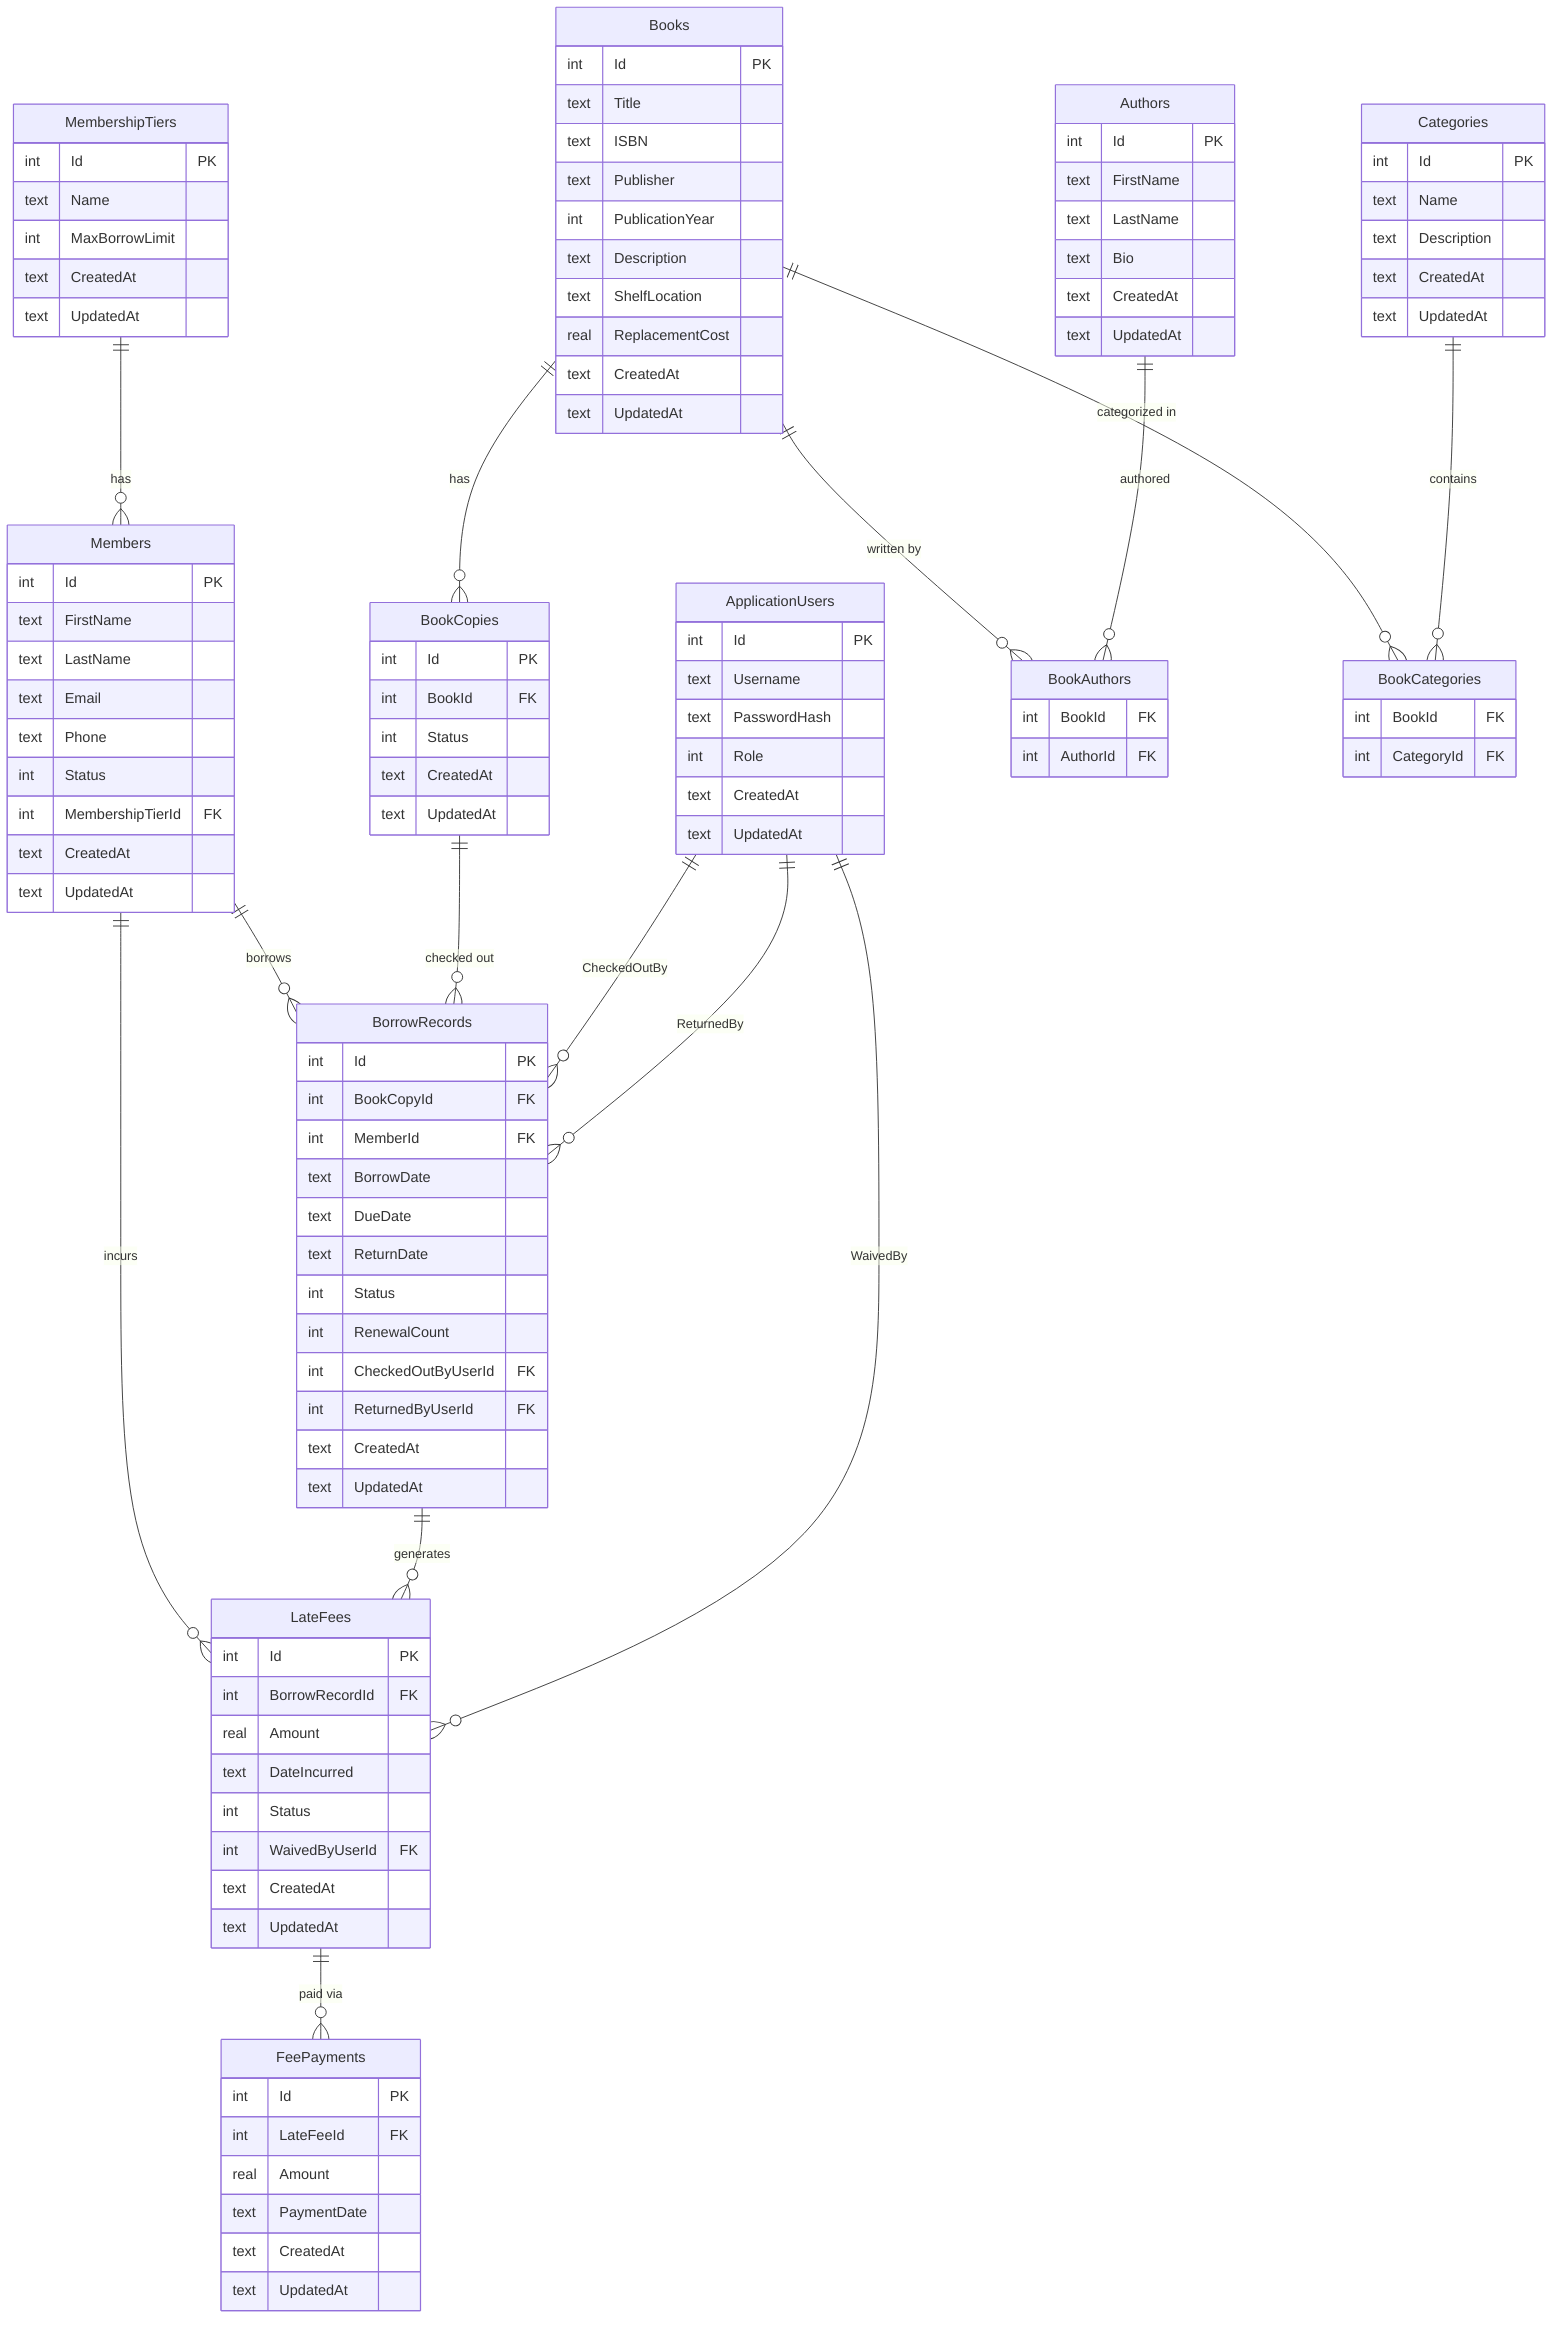
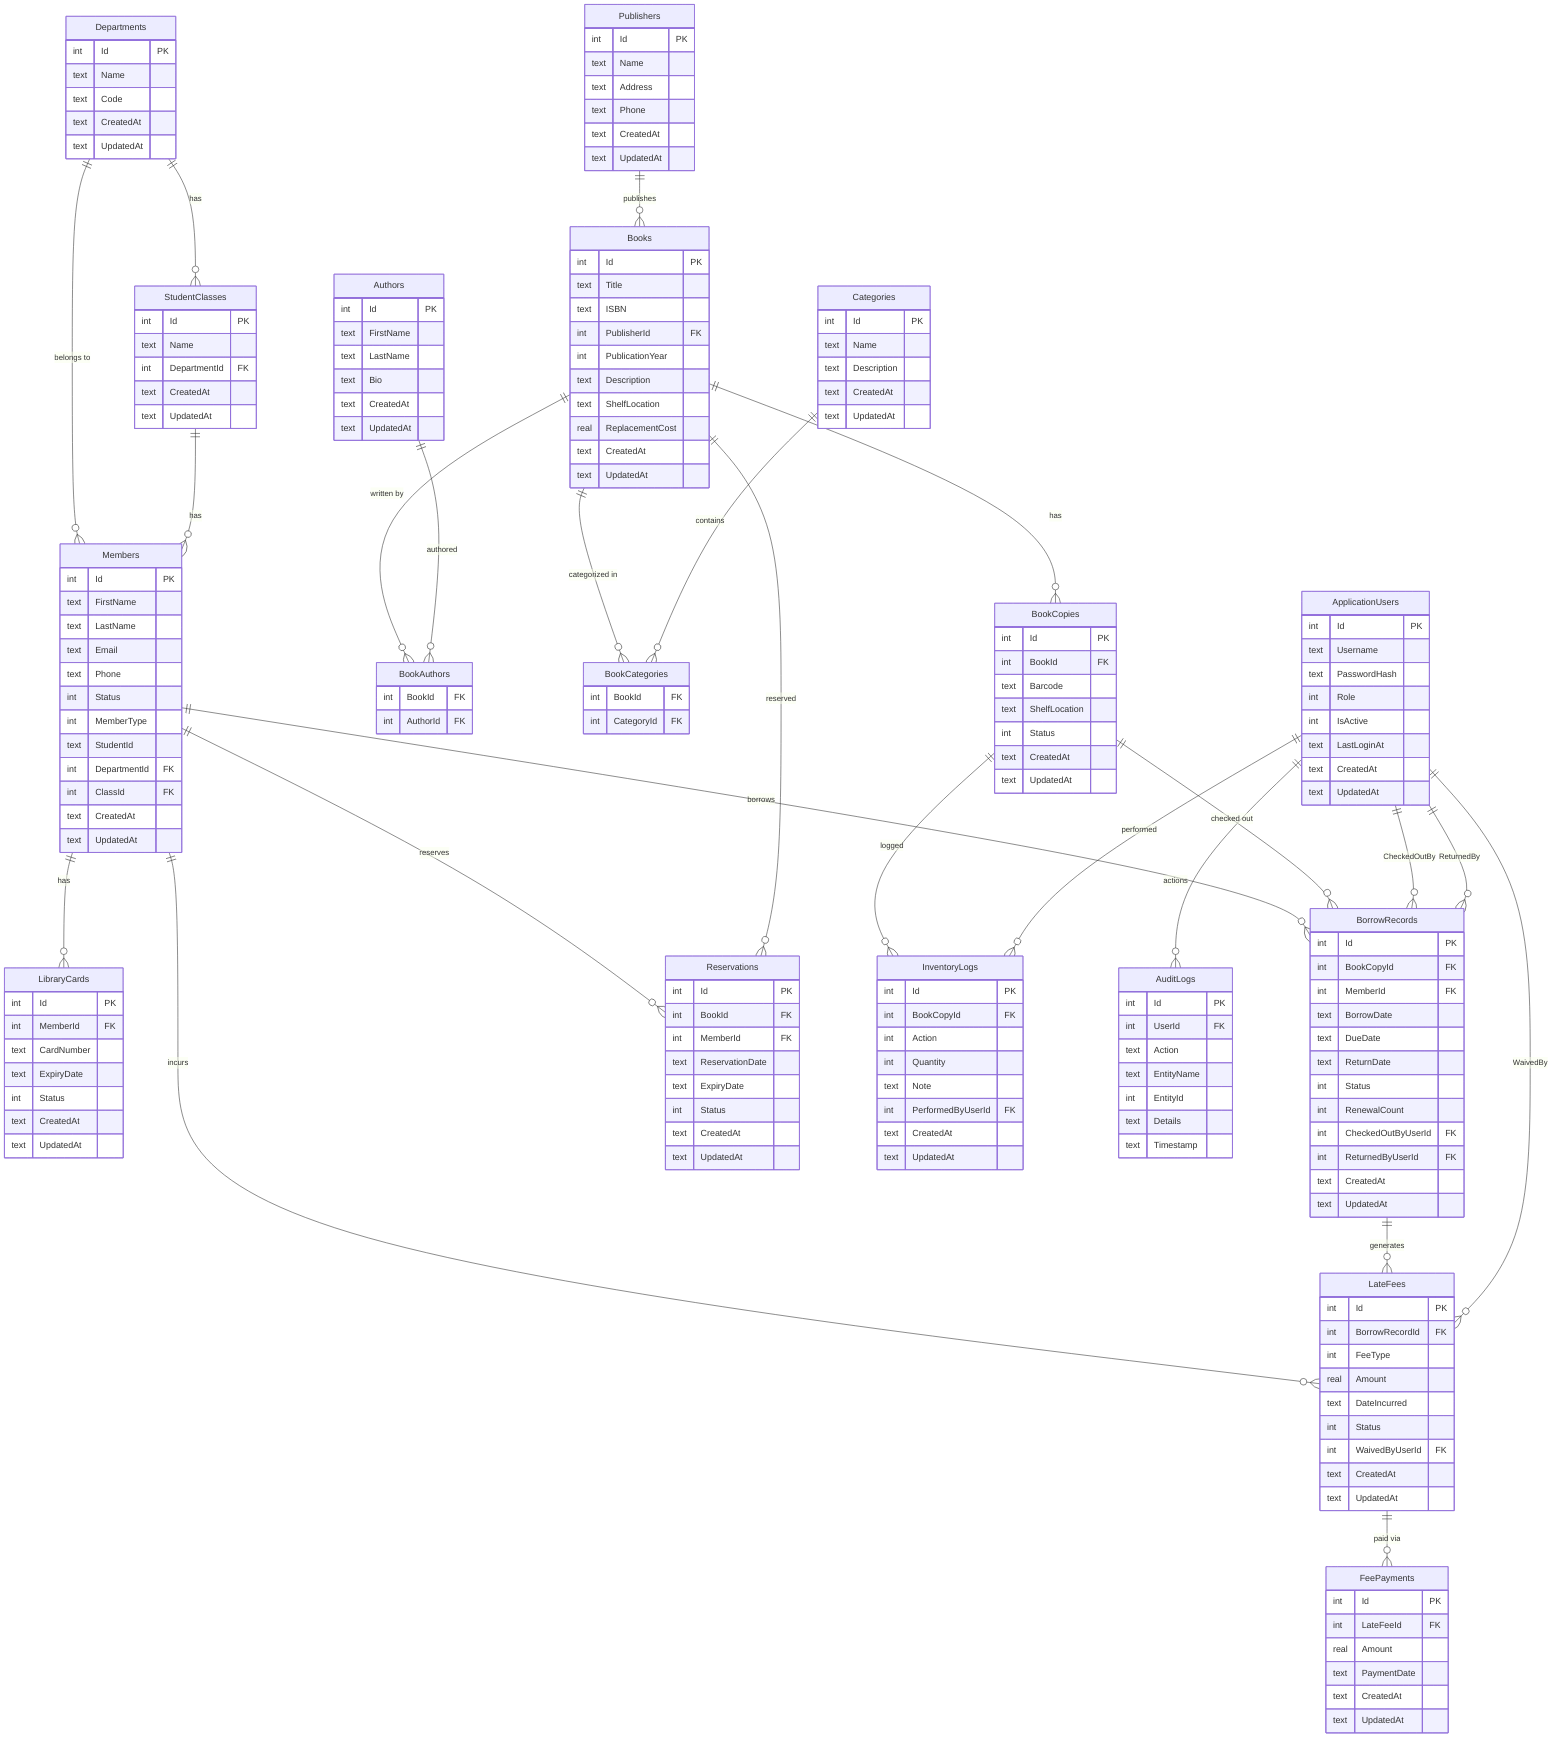
erDiagram
-     MembershipTiers {
-         int Id PK
-         text Name
-         int MaxBorrowLimit
-         text CreatedAt
-         text UpdatedAt
-     }
- 
    Authors {
        int Id PK
        text FirstName
        text LastName
        text Bio
        text CreatedAt
        text UpdatedAt
    }

    Categories {
        int Id PK
        text Name
        text Description
        text CreatedAt
        text UpdatedAt
    }

+     Publishers {
+         int Id PK
+         text Name
+         text Address
+         text Phone
+         text CreatedAt
+         text UpdatedAt
+     }
+ 
    Books {
        int Id PK
        text Title
        text ISBN
-         text Publisher
+         int PublisherId FK
        int PublicationYear
        text Description
        text ShelfLocation
        real ReplacementCost
        text CreatedAt
        text UpdatedAt
    }

    BookCopies {
        int Id PK
        int BookId FK
-         int Status
+         text Barcode
+         text ShelfLocation
+         int Status
+         text CreatedAt
+         text UpdatedAt
+     }
+ 
+     BookAuthors {
+         int BookId FK
+         int AuthorId FK
+     }
+ 
+     BookCategories {
+         int BookId FK
+         int CategoryId FK
+     }
+ 
+     Departments {
+         int Id PK
+         text Name
+         text Code
+         text CreatedAt
+         text UpdatedAt
+     }
+ 
+     StudentClasses {
+         int Id PK
+         text Name
+         int DepartmentId FK
        text CreatedAt
        text UpdatedAt
    }

    Members {
        int Id PK
        text FirstName
        text LastName
        text Email
        text Phone
        int Status
-         int MembershipTierId FK
+         int MemberType
+         text StudentId
+         int DepartmentId FK
+         int ClassId FK
+         text CreatedAt
+         text UpdatedAt
+     }
+ 
+     LibraryCards {
+         int Id PK
+         int MemberId FK
+         text CardNumber
+         text ExpiryDate
+         int Status
        text CreatedAt
        text UpdatedAt
    }

    ApplicationUsers {
        int Id PK
        text Username
        text PasswordHash
        int Role
+         int IsActive
+         text LastLoginAt
        text CreatedAt
        text UpdatedAt
    }

    BorrowRecords {
        int Id PK
        int BookCopyId FK
        int MemberId FK
        text BorrowDate
        text DueDate
        text ReturnDate
        int Status
        int RenewalCount
        int CheckedOutByUserId FK
        int ReturnedByUserId FK
        text CreatedAt
        text UpdatedAt
    }

    LateFees {
        int Id PK
        int BorrowRecordId FK
+         int FeeType
        real Amount
        text DateIncurred
        int Status
        int WaivedByUserId FK
        text CreatedAt
        text UpdatedAt
    }

    FeePayments {
        int Id PK
        int LateFeeId FK
        real Amount
        text PaymentDate
        text CreatedAt
        text UpdatedAt
    }

-     BookAuthors {
-         int BookId FK
-         int AuthorId FK
-     }
- 
-     BookCategories {
-         int BookId FK
-         int CategoryId FK
-     }
- 
-     MembershipTiers ||--o{ Members : "has"
+     Reservations {
+         int Id PK
+         int BookId FK
+         int MemberId FK
+         text ReservationDate
+         text ExpiryDate
+         int Status
+         text CreatedAt
+         text UpdatedAt
+     }
+ 
+     InventoryLogs {
+         int Id PK
+         int BookCopyId FK
+         int Action
+         int Quantity
+         text Note
+         int PerformedByUserId FK
+         text CreatedAt
+         text UpdatedAt
+     }
+ 
+     AuditLogs {
+         int Id PK
+         int UserId FK
+         text Action
+         text EntityName
+         int EntityId
+         text Details
+         text Timestamp
+     }
+ 
+     Publishers ||--o{ Books : "publishes"
+     Books ||--o{ BookCopies : "has"
+     Books ||--o{ BookAuthors : "written by"
+     Authors ||--o{ BookAuthors : "authored"
+     Books ||--o{ BookCategories : "categorized in"
+     Categories ||--o{ BookCategories : "contains"
+     Departments ||--o{ StudentClasses : "has"
+     Departments ||--o{ Members : "belongs to"
+     StudentClasses ||--o{ Members : "has"
+     Members ||--o{ LibraryCards : "has"
    Members ||--o{ BorrowRecords : "borrows"
    Members ||--o{ LateFees : "incurs"
+     Members ||--o{ Reservations : "reserves"
+     Books ||--o{ Reservations : "reserved"
    BookCopies ||--o{ BorrowRecords : "checked out"
+     BookCopies ||--o{ InventoryLogs : "logged"
    BorrowRecords ||--o{ LateFees : "generates"
    LateFees ||--o{ FeePayments : "paid via"
    ApplicationUsers ||--o{ BorrowRecords : "CheckedOutBy"
    ApplicationUsers ||--o{ BorrowRecords : "ReturnedBy"
    ApplicationUsers ||--o{ LateFees : "WaivedBy"
-     Books ||--o{ BookCopies : "has"
-     Books ||--o{ BookAuthors : "written by"
-     Authors ||--o{ BookAuthors : "authored"
-     Books ||--o{ BookCategories : "categorized in"
-     Categories ||--o{ BookCategories : "contains"
+     ApplicationUsers ||--o{ InventoryLogs : "performed"
+     ApplicationUsers ||--o{ AuditLogs : "actions"
